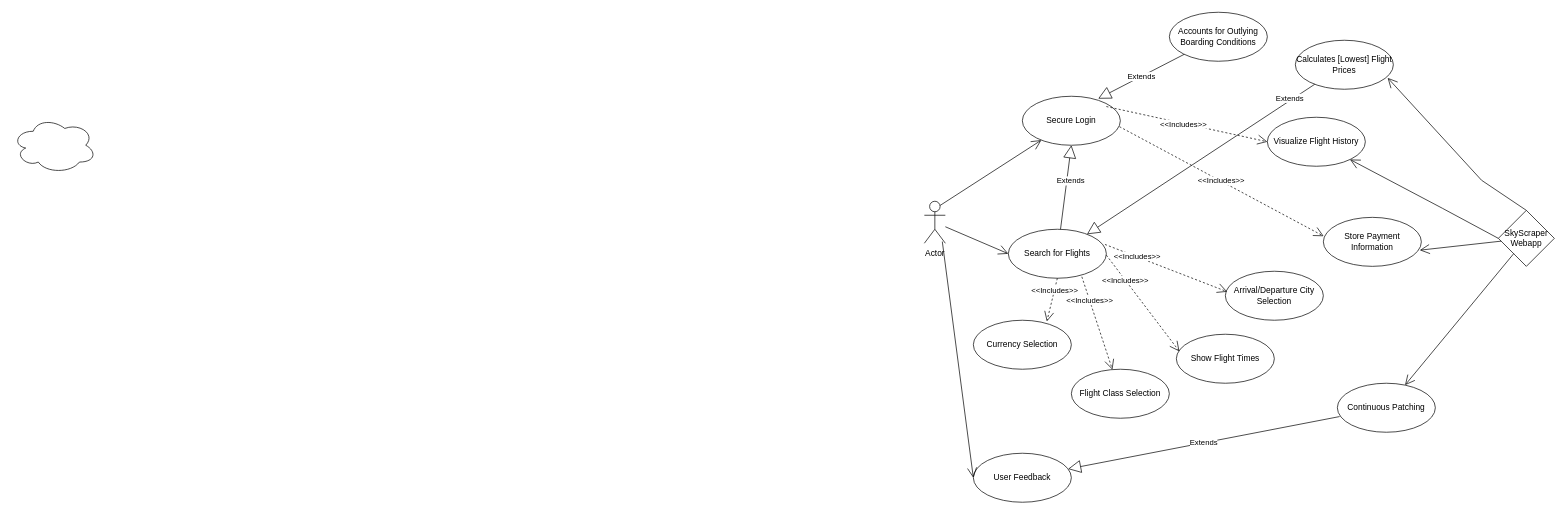
This is UseCaseDiagram.drawio from Ether64/SkyScraperDiagrams, a draw.io file, before an edit. Source tidied: cells renumbered, new cells numbered last; positions are measured from the earlier drawing's top-left corner, leaving out a move shared by most shapes. Both pictures are drawn from the tidied source at 70%, with x=0, y=0 at pixel (12, 12).
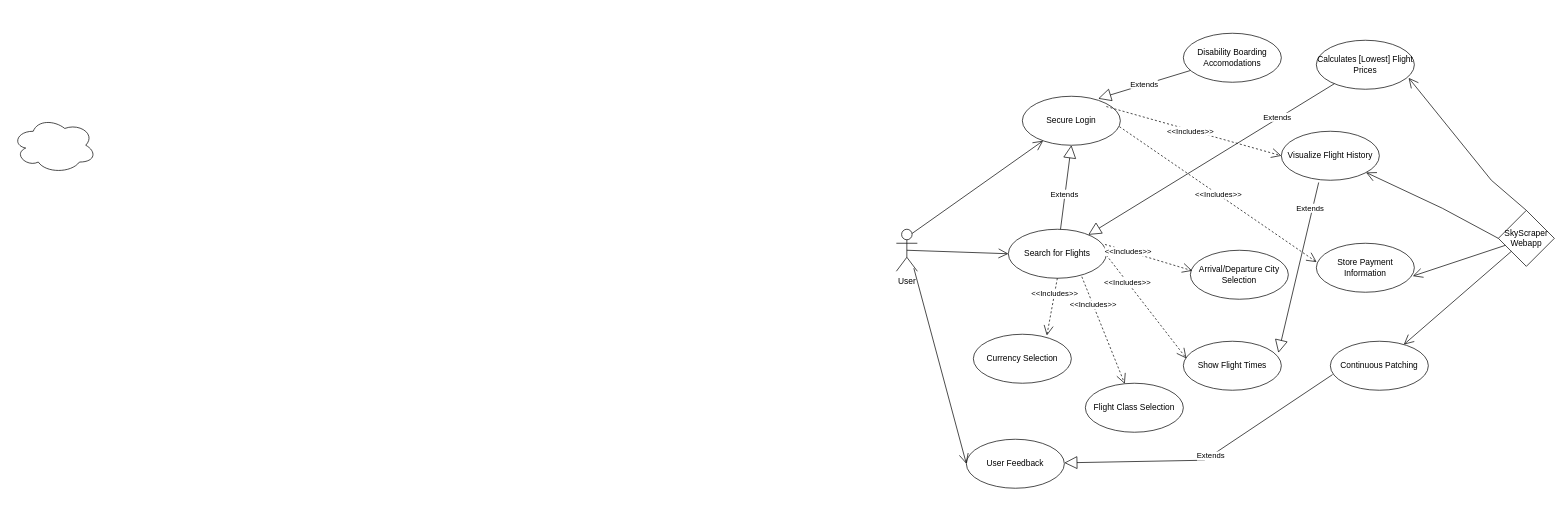
The same diagram, later.

Unchanged cells that the change refers to:
```xml
<mxCell id="3" value="Secure Login" style="ellipse;whiteSpace=wrap;html=1;" parent="1" vertex="1">
  <mxGeometry x="1443" y="120" width="140" height="70" as="geometry" />
</mxCell>
<mxCell id="5" value="SkyScraper Webapp" style="rhombus;whiteSpace=wrap;html=1;" parent="1" vertex="1">
  <mxGeometry x="2123" y="283" width="80" height="80" as="geometry" />
</mxCell>
<mxCell id="6" value="Search for Flights" style="ellipse;whiteSpace=wrap;html=1;" parent="1" vertex="1">
  <mxGeometry x="1423" y="310" width="140" height="70" as="geometry" />
</mxCell>
```

The edit, as a diff of the source:
```diff
@@
-    <mxCell id="4" value="Actor" style="shape=umlActor;verticalLabelPosition=bottom;verticalAlign=top;html=1;" parent="1" vertex="1">
-      <mxGeometry x="1303" y="270" width="30" height="60" as="geometry" />
+    <mxCell id="4" value="User" style="shape=umlActor;verticalLabelPosition=bottom;verticalAlign=top;html=1;" parent="1" vertex="1">
+      <mxGeometry x="1263" y="310" width="30" height="60" as="geometry" />
     </mxCell>
@@
     <mxCell id="7" value="Arrival/Departure City Selection" style="ellipse;whiteSpace=wrap;html=1;" parent="1" vertex="1">
-      <mxGeometry x="1733" y="370" width="140" height="70" as="geometry" />
+      <mxGeometry x="1683" y="340" width="140" height="70" as="geometry" />
     </mxCell>
     <mxCell id="8" value="Flight Class Selection" style="ellipse;whiteSpace=wrap;html=1;" parent="1" vertex="1">
-      <mxGeometry x="1513" y="510" width="140" height="70" as="geometry" />
+      <mxGeometry x="1533" y="530" width="140" height="70" as="geometry" />
     </mxCell>
     <mxCell id="9" value="Currency Selection" style="ellipse;whiteSpace=wrap;html=1;" parent="1" vertex="1">
-      <mxGeometry x="1373" y="440" width="140" height="70" as="geometry" />
+      <mxGeometry x="1373" y="460" width="140" height="70" as="geometry" />
     </mxCell>
     <mxCell id="10" value="User Feedback" style="ellipse;whiteSpace=wrap;html=1;" parent="1" vertex="1">
-      <mxGeometry x="1373" y="630" width="140" height="70" as="geometry" />
+      <mxGeometry x="1363" y="610" width="140" height="70" as="geometry" />
     </mxCell>
     <mxCell id="11" value="Store Payment Information" style="ellipse;whiteSpace=wrap;html=1;" parent="1" vertex="1">
-      <mxGeometry x="1873" y="293" width="140" height="70" as="geometry" />
+      <mxGeometry x="1863" y="330" width="140" height="70" as="geometry" />
     </mxCell>
     <mxCell id="12" value="Continuous Patching" style="ellipse;whiteSpace=wrap;html=1;" parent="1" vertex="1">
-      <mxGeometry x="1893" y="530" width="140" height="70" as="geometry" />
+      <mxGeometry x="1883" y="470" width="140" height="70" as="geometry" />
     </mxCell>
     <mxCell id="13" value="Visualize Flight History" style="ellipse;whiteSpace=wrap;html=1;" parent="1" vertex="1">
-      <mxGeometry x="1793" y="150" width="140" height="70" as="geometry" />
+      <mxGeometry x="1813" y="170" width="140" height="70" as="geometry" />
     </mxCell>
     <mxCell id="14" value="Show Flight Times" style="ellipse;whiteSpace=wrap;html=1;" parent="1" vertex="1">
-      <mxGeometry x="1663" y="460" width="140" height="70" as="geometry" />
+      <mxGeometry x="1673" y="470" width="140" height="70" as="geometry" />
     </mxCell>
     <mxCell id="15" value="Calculates [Lowest] Flight Prices" style="ellipse;whiteSpace=wrap;html=1;" parent="1" vertex="1">
-      <mxGeometry x="1833" y="40" width="140" height="70" as="geometry" />
+      <mxGeometry x="1863" y="40" width="140" height="70" as="geometry" />
     </mxCell>
-    <mxCell id="16" value="Accounts for Outlying Boarding Conditions" style="ellipse;whiteSpace=wrap;html=1;" parent="1" vertex="1">
-      <mxGeometry x="1653" width="140" height="70" as="geometry" />
+    <mxCell id="16" value="Disability Boarding Accomodations" style="ellipse;whiteSpace=wrap;html=1;" parent="1" vertex="1">
+      <mxGeometry x="1673" y="30" width="140" height="70" as="geometry" />
     </mxCell>
     <mxCell id="17" value="Extends" style="endArrow=block;endSize=16;endFill=0;html=1;rounded=0;entryX=0.5;entryY=1;entryDx=0;entryDy=0;" parent="1" edge="1" source="6" target="3">
-      <mxGeometry x="0.16" y="-6" relative="1" as="geometry" />
+      <mxGeometry x="-0.17" y="1" relative="1" as="geometry" />
     </mxCell>
@@
-    <mxCell id="19" style="endArrow=open;endFill=1;endSize=12;html=1;rounded=0;entryX=0;entryY=0.5;entryDx=0;entryDy=0;startArrow=none;" parent="1" edge="1" source="4" target="6">
-      <mxGeometry relative="1" as="geometry" />
+    <mxCell id="19" style="endArrow=open;endFill=1;endSize=12;html=1;rounded=0;entryX=0;entryY=0.5;entryDx=0;entryDy=0;startArrow=none;" parent="1" edge="1" target="6">
+      <mxGeometry relative="1" as="geometry">
+        <mxPoint x="1278" y="340" as="sourcePoint" />
+      </mxGeometry>
     </mxCell>
-    <mxCell id="20" style="endArrow=open;endFill=1;endSize=12;html=1;rounded=0;entryX=0;entryY=0.5;entryDx=0;entryDy=0;exitX=0.855;exitY=0.96;exitDx=0;exitDy=0;exitPerimeter=0;" parent="1" edge="1" source="4" target="10">
+    <mxCell id="20" style="endArrow=open;endFill=1;endSize=12;html=1;rounded=0;entryX=0;entryY=0.5;entryDx=0;entryDy=0;exitX=0.833;exitY=0.928;exitDx=0;exitDy=0;exitPerimeter=0;" parent="1" edge="1" source="4" target="10">
       <mxGeometry relative="1" as="geometry" />
     </mxCell>
@@
     <mxCell id="22" value="Extends" style="endArrow=block;endSize=16;endFill=0;html=1;rounded=0;" parent="1" edge="1" source="15" target="6">
-      <mxGeometry x="-0.79" y="-3" relative="1" as="geometry" />
+      <mxGeometry x="-0.54" y="-2" relative="1" as="geometry" />
     </mxCell>
     <mxCell id="23" value="Extends" style="endArrow=block;endSize=16;endFill=0;html=1;rounded=0;exitX=0.023;exitY=0.68;exitDx=0;exitDy=0;exitPerimeter=0;" parent="1" edge="1" source="12" target="10">
-      <mxGeometry relative="1" as="geometry" />
+      <mxGeometry relative="1" as="geometry">
+        <Array as="points">
+          <mxPoint x="1703" y="640" />
+        </Array>
+      </mxGeometry>
     </mxCell>
@@
     <mxCell id="25" style="endArrow=open;endFill=1;endSize=12;html=1;rounded=0;entryX=0.942;entryY=0.768;entryDx=0;entryDy=0;entryPerimeter=0;exitX=0.5;exitY=0;exitDx=0;exitDy=0;" parent="1" edge="1" source="5" target="15">
       <mxGeometry relative="1" as="geometry">
         <Array as="points">
-          <mxPoint x="2099" y="240" />
+          <mxPoint x="2113" y="240" />
         </Array>
       </mxGeometry>
     </mxCell>
@@
+    <mxCell id="34" value="Extends" style="endArrow=block;endSize=16;endFill=0;html=1;rounded=0;entryX=0.97;entryY=0.236;entryDx=0;entryDy=0;entryPerimeter=0;exitX=0.381;exitY=1.045;exitDx=0;exitDy=0;exitPerimeter=0;" parent="1" edge="1" source="13" target="14">
+      <mxGeometry x="-0.69" y="-5" relative="1" as="geometry">
+        <mxPoint x="1" as="offset" />
+      </mxGeometry>
+    </mxCell>
```
